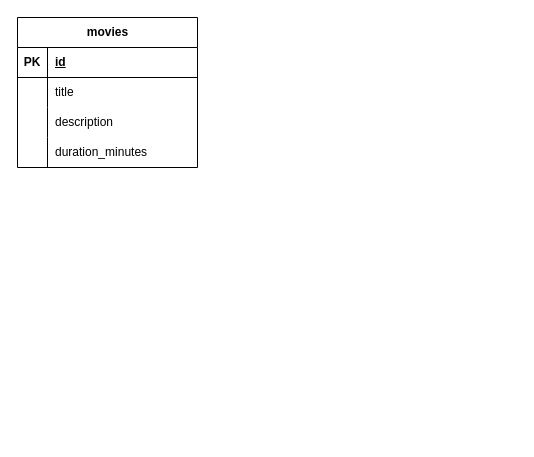
Before: ErD.drawio in AcidicAcidity/S_P_O_KR-KP, a draw.io diagram. Source tidied: cells renumbered, new cells numbered last; positions are measured from the earlier drawing's top-left corner, leaving out a move shared by most shapes. Both pictures are drawn from the tidied source at 100%, with x=0, y=0 at pixel (17, 17).
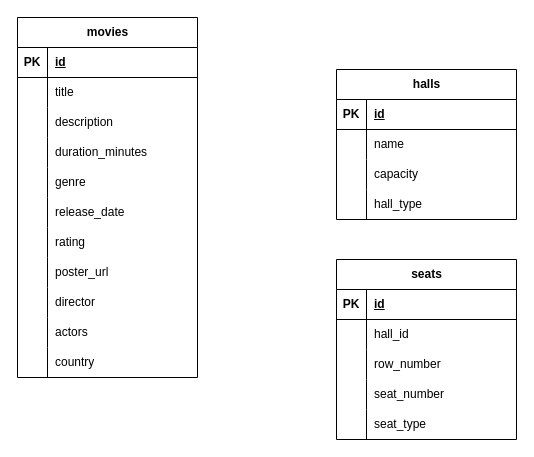
The same diagram, later.

Commit message:
Обновил диаграмму. Добавил залы и места ErD.drawio

Change to the diagram source:
```diff
@@
     <mxCell id="2" value="movies" style="shape=table;startSize=30;childLayout=tableLayout;rowLines=0;fontStyle=1;align=center;html=1;" parent="1" vertex="1">
-      <mxGeometry width="180" height="150" as="geometry" />
+      <mxGeometry width="180" height="360" as="geometry" />
     </mxCell>
@@
+    <mxCell id="15" style="shape=tableRow;horizontal=0;startSize=0;swimlaneHead=0;swimlaneBody=0;fillColor=none;top=0;left=0;right=0;bottom=0;" parent="2" vertex="1">
+      <mxGeometry y="150" width="180" height="30" as="geometry" />
+    </mxCell>
+    <mxCell id="16" style="shape=partialRectangle;fillColor=none;top=0;left=0;bottom=0;right=0;overflow=hidden;whiteSpace=wrap;html=1;" parent="15" vertex="1">
+      <mxGeometry width="30" height="30" as="geometry" />
+    </mxCell>
+    <mxCell id="17" value="&lt;div&gt;genre&lt;/div&gt;" style="shape=partialRectangle;fillColor=none;top=0;left=0;bottom=0;right=0;align=left;spacingLeft=6;overflow=hidden;whiteSpace=wrap;html=1;" parent="15" vertex="1">
+      <mxGeometry x="30" width="150" height="30" as="geometry" />
+    </mxCell>
+    <mxCell id="18" style="shape=tableRow;horizontal=0;startSize=0;swimlaneHead=0;swimlaneBody=0;fillColor=none;top=0;left=0;right=0;bottom=0;" parent="2" vertex="1">
+      <mxGeometry y="180" width="180" height="30" as="geometry" />
+    </mxCell>
+    <mxCell id="19" value="&lt;span style=&quot;white-space: pre;&quot;&gt;&#9;&lt;/span&gt;&lt;span style=&quot;white-space: pre;&quot;&gt;&#9;&lt;/span&gt;" style="shape=partialRectangle;fillColor=none;top=0;left=0;bottom=0;right=0;overflow=hidden;whiteSpace=wrap;html=1;" parent="18" vertex="1">
+      <mxGeometry width="30" height="30" as="geometry" />
+    </mxCell>
+    <mxCell id="20" value="&lt;div&gt;release_date&lt;/div&gt;" style="shape=partialRectangle;fillColor=none;top=0;left=0;bottom=0;right=0;align=left;spacingLeft=6;overflow=hidden;whiteSpace=wrap;html=1;" parent="18" vertex="1">
+      <mxGeometry x="30" width="150" height="30" as="geometry" />
+    </mxCell>
+    <mxCell id="21" style="shape=tableRow;horizontal=0;startSize=0;swimlaneHead=0;swimlaneBody=0;fillColor=none;top=0;left=0;right=0;bottom=0;" parent="2" vertex="1">
+      <mxGeometry y="210" width="180" height="30" as="geometry" />
+    </mxCell>
+    <mxCell id="22" value="&lt;span style=&quot;white-space: pre;&quot;&gt;&#9;&lt;/span&gt;&lt;span style=&quot;white-space: pre;&quot;&gt;&#9;&lt;/span&gt;" style="shape=partialRectangle;fillColor=none;top=0;left=0;bottom=0;right=0;overflow=hidden;whiteSpace=wrap;html=1;" parent="21" vertex="1">
+      <mxGeometry width="30" height="30" as="geometry" />
+    </mxCell>
+    <mxCell id="23" value="&lt;div&gt;rating&lt;/div&gt;" style="shape=partialRectangle;fillColor=none;top=0;left=0;bottom=0;right=0;align=left;spacingLeft=6;overflow=hidden;whiteSpace=wrap;html=1;" parent="21" vertex="1">
+      <mxGeometry x="30" width="150" height="30" as="geometry" />
+    </mxCell>
+    <mxCell id="24" style="shape=tableRow;horizontal=0;startSize=0;swimlaneHead=0;swimlaneBody=0;fillColor=none;top=0;left=0;right=0;bottom=0;" parent="2" vertex="1">
+      <mxGeometry y="240" width="180" height="30" as="geometry" />
+    </mxCell>
+    <mxCell id="25" value="&lt;span style=&quot;white-space: pre;&quot;&gt;&#9;&lt;/span&gt;&lt;span style=&quot;white-space: pre;&quot;&gt;&#9;&lt;/span&gt;" style="shape=partialRectangle;fillColor=none;top=0;left=0;bottom=0;right=0;overflow=hidden;whiteSpace=wrap;html=1;" parent="24" vertex="1">
+      <mxGeometry width="30" height="30" as="geometry" />
+    </mxCell>
+    <mxCell id="26" value="poster_url" style="shape=partialRectangle;fillColor=none;top=0;left=0;bottom=0;right=0;align=left;spacingLeft=6;overflow=hidden;whiteSpace=wrap;html=1;" parent="24" vertex="1">
+      <mxGeometry x="30" width="150" height="30" as="geometry" />
+    </mxCell>
+    <mxCell id="27" style="shape=tableRow;horizontal=0;startSize=0;swimlaneHead=0;swimlaneBody=0;fillColor=none;top=0;left=0;right=0;bottom=0;" parent="2" vertex="1">
+      <mxGeometry y="270" width="180" height="30" as="geometry" />
+    </mxCell>
+    <mxCell id="28" value="&lt;span style=&quot;white-space: pre;&quot;&gt;&#9;&lt;/span&gt;&lt;span style=&quot;white-space: pre;&quot;&gt;&#9;&lt;/span&gt;" style="shape=partialRectangle;fillColor=none;top=0;left=0;bottom=0;right=0;overflow=hidden;whiteSpace=wrap;html=1;" parent="27" vertex="1">
+      <mxGeometry width="30" height="30" as="geometry" />
+    </mxCell>
+    <mxCell id="29" value="director" style="shape=partialRectangle;fillColor=none;top=0;left=0;bottom=0;right=0;align=left;spacingLeft=6;overflow=hidden;whiteSpace=wrap;html=1;" parent="27" vertex="1">
+      <mxGeometry x="30" width="150" height="30" as="geometry" />
+    </mxCell>
+    <mxCell id="30" style="shape=tableRow;horizontal=0;startSize=0;swimlaneHead=0;swimlaneBody=0;fillColor=none;top=0;left=0;right=0;bottom=0;" parent="2" vertex="1">
+      <mxGeometry y="300" width="180" height="30" as="geometry" />
+    </mxCell>
+    <mxCell id="31" value="&lt;span style=&quot;white-space: pre;&quot;&gt;&#9;&lt;/span&gt;&lt;span style=&quot;white-space: pre;&quot;&gt;&#9;&lt;/span&gt;" style="shape=partialRectangle;fillColor=none;top=0;left=0;bottom=0;right=0;overflow=hidden;whiteSpace=wrap;html=1;" parent="30" vertex="1">
+      <mxGeometry width="30" height="30" as="geometry" />
+    </mxCell>
+    <mxCell id="32" value="actors" style="shape=partialRectangle;fillColor=none;top=0;left=0;bottom=0;right=0;align=left;spacingLeft=6;overflow=hidden;whiteSpace=wrap;html=1;" parent="30" vertex="1">
+      <mxGeometry x="30" width="150" height="30" as="geometry" />
+    </mxCell>
+    <mxCell id="33" style="shape=tableRow;horizontal=0;startSize=0;swimlaneHead=0;swimlaneBody=0;fillColor=none;top=0;left=0;right=0;bottom=0;" parent="2" vertex="1">
+      <mxGeometry y="330" width="180" height="30" as="geometry" />
+    </mxCell>
+    <mxCell id="34" value="&lt;span style=&quot;white-space: pre;&quot;&gt;&#9;&lt;/span&gt;&lt;span style=&quot;white-space: pre;&quot;&gt;&#9;&lt;/span&gt;" style="shape=partialRectangle;fillColor=none;top=0;left=0;bottom=0;right=0;overflow=hidden;whiteSpace=wrap;html=1;" parent="33" vertex="1">
+      <mxGeometry width="30" height="30" as="geometry" />
+    </mxCell>
+    <mxCell id="35" value="country" style="shape=partialRectangle;fillColor=none;top=0;left=0;bottom=0;right=0;align=left;spacingLeft=6;overflow=hidden;whiteSpace=wrap;html=1;" parent="33" vertex="1">
+      <mxGeometry x="30" width="150" height="30" as="geometry" />
+    </mxCell>
+    <mxCell id="36" value="halls" style="shape=table;startSize=30;childLayout=tableLayout;rowLines=0;fontStyle=1;align=center;html=1;" parent="1" vertex="1">
+      <mxGeometry x="319" y="52" width="180" height="150" as="geometry" />
+    </mxCell>
+    <mxCell id="37" style="shape=tableRow;horizontal=0;startSize=0;swimlaneHead=0;swimlaneBody=0;fillColor=none;top=0;left=0;right=0;bottom=1;" parent="36" vertex="1">
+      <mxGeometry y="30" width="180" height="30" as="geometry" />
+    </mxCell>
+    <mxCell id="38" value="PK" style="shape=partialRectangle;fillColor=none;top=0;left=0;bottom=0;right=0;fontStyle=1;overflow=hidden;whiteSpace=wrap;html=1;" parent="37" vertex="1">
+      <mxGeometry width="30" height="30" as="geometry" />
+    </mxCell>
+    <mxCell id="39" value="id" style="shape=partialRectangle;fillColor=none;top=0;left=0;bottom=0;right=0;align=left;spacingLeft=6;fontStyle=5;overflow=hidden;whiteSpace=wrap;html=1;" parent="37" vertex="1">
+      <mxGeometry x="30" width="150" height="30" as="geometry" />
+    </mxCell>
+    <mxCell id="40" style="shape=tableRow;horizontal=0;startSize=0;swimlaneHead=0;swimlaneBody=0;fillColor=none;top=0;left=0;right=0;bottom=0;" parent="36" vertex="1">
+      <mxGeometry y="60" width="180" height="30" as="geometry" />
+    </mxCell>
+    <mxCell id="41" style="shape=partialRectangle;fillColor=none;top=0;left=0;bottom=0;right=0;overflow=hidden;whiteSpace=wrap;html=1;" parent="40" vertex="1">
+      <mxGeometry width="30" height="30" as="geometry" />
+    </mxCell>
+    <mxCell id="42" value="name" style="shape=partialRectangle;fillColor=none;top=0;left=0;bottom=0;right=0;align=left;spacingLeft=6;overflow=hidden;whiteSpace=wrap;html=1;" parent="40" vertex="1">
+      <mxGeometry x="30" width="150" height="30" as="geometry" />
+    </mxCell>
+    <mxCell id="43" style="shape=tableRow;horizontal=0;startSize=0;swimlaneHead=0;swimlaneBody=0;fillColor=none;top=0;left=0;right=0;bottom=0;" parent="36" vertex="1">
+      <mxGeometry y="90" width="180" height="30" as="geometry" />
+    </mxCell>
+    <mxCell id="44" style="shape=partialRectangle;fillColor=none;top=0;left=0;bottom=0;right=0;overflow=hidden;whiteSpace=wrap;html=1;" parent="43" vertex="1">
+      <mxGeometry width="30" height="30" as="geometry" />
+    </mxCell>
+    <mxCell id="45" value="capacity" style="shape=partialRectangle;fillColor=none;top=0;left=0;bottom=0;right=0;align=left;spacingLeft=6;overflow=hidden;whiteSpace=wrap;html=1;" parent="43" vertex="1">
+      <mxGeometry x="30" width="150" height="30" as="geometry" />
+    </mxCell>
+    <mxCell id="46" style="shape=tableRow;horizontal=0;startSize=0;swimlaneHead=0;swimlaneBody=0;fillColor=none;top=0;left=0;right=0;bottom=0;" parent="36" vertex="1">
+      <mxGeometry y="120" width="180" height="30" as="geometry" />
+    </mxCell>
+    <mxCell id="47" style="shape=partialRectangle;fillColor=none;top=0;left=0;bottom=0;right=0;overflow=hidden;whiteSpace=wrap;html=1;" parent="46" vertex="1">
+      <mxGeometry width="30" height="30" as="geometry" />
+    </mxCell>
+    <mxCell id="48" value="hall_type" style="shape=partialRectangle;fillColor=none;top=0;left=0;bottom=0;right=0;align=left;spacingLeft=6;overflow=hidden;whiteSpace=wrap;html=1;" parent="46" vertex="1">
+      <mxGeometry x="30" width="150" height="30" as="geometry" />
+    </mxCell>
+    <mxCell id="49" value="seats" style="shape=table;startSize=30;childLayout=tableLayout;rowLines=0;fontStyle=1;align=center;html=1;" parent="1" vertex="1">
+      <mxGeometry x="319" y="242" width="180" height="180" as="geometry" />
+    </mxCell>
+    <mxCell id="50" style="shape=tableRow;horizontal=0;startSize=0;swimlaneHead=0;swimlaneBody=0;fillColor=none;top=0;left=0;right=0;bottom=1;" parent="49" vertex="1">
+      <mxGeometry y="30" width="180" height="30" as="geometry" />
+    </mxCell>
+    <mxCell id="51" value="PK" style="shape=partialRectangle;fillColor=none;top=0;left=0;bottom=0;right=0;fontStyle=1;overflow=hidden;whiteSpace=wrap;html=1;" parent="50" vertex="1">
+      <mxGeometry width="30" height="30" as="geometry" />
+    </mxCell>
+    <mxCell id="52" value="id" style="shape=partialRectangle;fillColor=none;top=0;left=0;bottom=0;right=0;align=left;spacingLeft=6;fontStyle=5;overflow=hidden;whiteSpace=wrap;html=1;" parent="50" vertex="1">
+      <mxGeometry x="30" width="150" height="30" as="geometry" />
+    </mxCell>
+    <mxCell id="53" style="shape=tableRow;horizontal=0;startSize=0;swimlaneHead=0;swimlaneBody=0;fillColor=none;top=0;left=0;right=0;bottom=0;" parent="49" vertex="1">
+      <mxGeometry y="60" width="180" height="30" as="geometry" />
+    </mxCell>
+    <mxCell id="54" style="shape=partialRectangle;fillColor=none;top=0;left=0;bottom=0;right=0;overflow=hidden;whiteSpace=wrap;html=1;" parent="53" vertex="1">
+      <mxGeometry width="30" height="30" as="geometry" />
+    </mxCell>
+    <mxCell id="55" value="hall_id" style="shape=partialRectangle;fillColor=none;top=0;left=0;bottom=0;right=0;align=left;spacingLeft=6;overflow=hidden;whiteSpace=wrap;html=1;" parent="53" vertex="1">
+      <mxGeometry x="30" width="150" height="30" as="geometry" />
+    </mxCell>
+    <mxCell id="56" style="shape=tableRow;horizontal=0;startSize=0;swimlaneHead=0;swimlaneBody=0;fillColor=none;top=0;left=0;right=0;bottom=0;" parent="49" vertex="1">
+      <mxGeometry y="90" width="180" height="30" as="geometry" />
+    </mxCell>
+    <mxCell id="57" style="shape=partialRectangle;fillColor=none;top=0;left=0;bottom=0;right=0;overflow=hidden;whiteSpace=wrap;html=1;" parent="56" vertex="1">
+      <mxGeometry width="30" height="30" as="geometry" />
+    </mxCell>
+    <mxCell id="58" value="row_number" style="shape=partialRectangle;fillColor=none;top=0;left=0;bottom=0;right=0;align=left;spacingLeft=6;overflow=hidden;whiteSpace=wrap;html=1;" parent="56" vertex="1">
+      <mxGeometry x="30" width="150" height="30" as="geometry" />
+    </mxCell>
+    <mxCell id="59" style="shape=tableRow;horizontal=0;startSize=0;swimlaneHead=0;swimlaneBody=0;fillColor=none;top=0;left=0;right=0;bottom=0;" parent="49" vertex="1">
+      <mxGeometry y="120" width="180" height="30" as="geometry" />
+    </mxCell>
+    <mxCell id="60" style="shape=partialRectangle;fillColor=none;top=0;left=0;bottom=0;right=0;overflow=hidden;whiteSpace=wrap;html=1;" parent="59" vertex="1">
+      <mxGeometry width="30" height="30" as="geometry" />
+    </mxCell>
+    <mxCell id="61" value="&lt;div&gt;seat_number&lt;/div&gt;" style="shape=partialRectangle;fillColor=none;top=0;left=0;bottom=0;right=0;align=left;spacingLeft=6;overflow=hidden;whiteSpace=wrap;html=1;" parent="59" vertex="1">
+      <mxGeometry x="30" width="150" height="30" as="geometry" />
+    </mxCell>
+    <mxCell id="62" style="shape=tableRow;horizontal=0;startSize=0;swimlaneHead=0;swimlaneBody=0;fillColor=none;top=0;left=0;right=0;bottom=0;" parent="49" vertex="1">
+      <mxGeometry y="150" width="180" height="30" as="geometry" />
+    </mxCell>
+    <mxCell id="63" style="shape=partialRectangle;fillColor=none;top=0;left=0;bottom=0;right=0;overflow=hidden;whiteSpace=wrap;html=1;" parent="62" vertex="1">
+      <mxGeometry width="30" height="30" as="geometry" />
+    </mxCell>
+    <mxCell id="64" value="&lt;div&gt;seat_type&lt;/div&gt;" style="shape=partialRectangle;fillColor=none;top=0;left=0;bottom=0;right=0;align=left;spacingLeft=6;overflow=hidden;whiteSpace=wrap;html=1;" parent="62" vertex="1">
+      <mxGeometry x="30" width="150" height="30" as="geometry" />
+    </mxCell>
```
